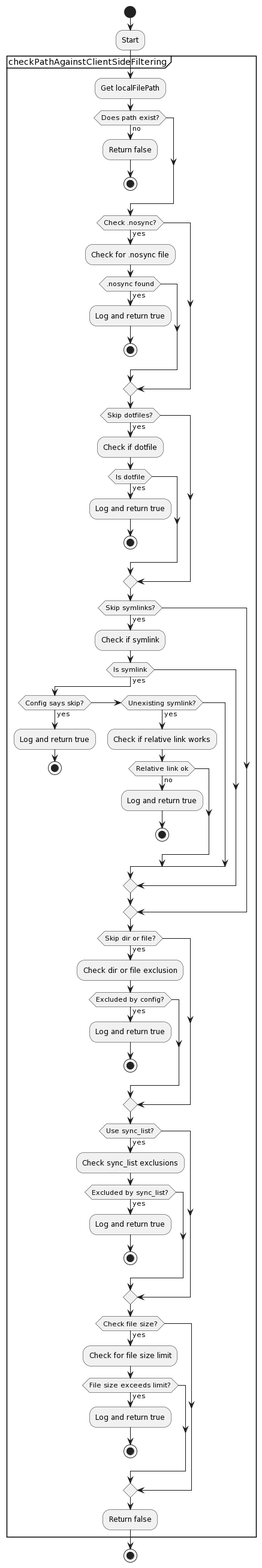
Earlier version of the PlantUML export docs/puml/client_side_filtering_rules.png (abraunegg/onedrive).
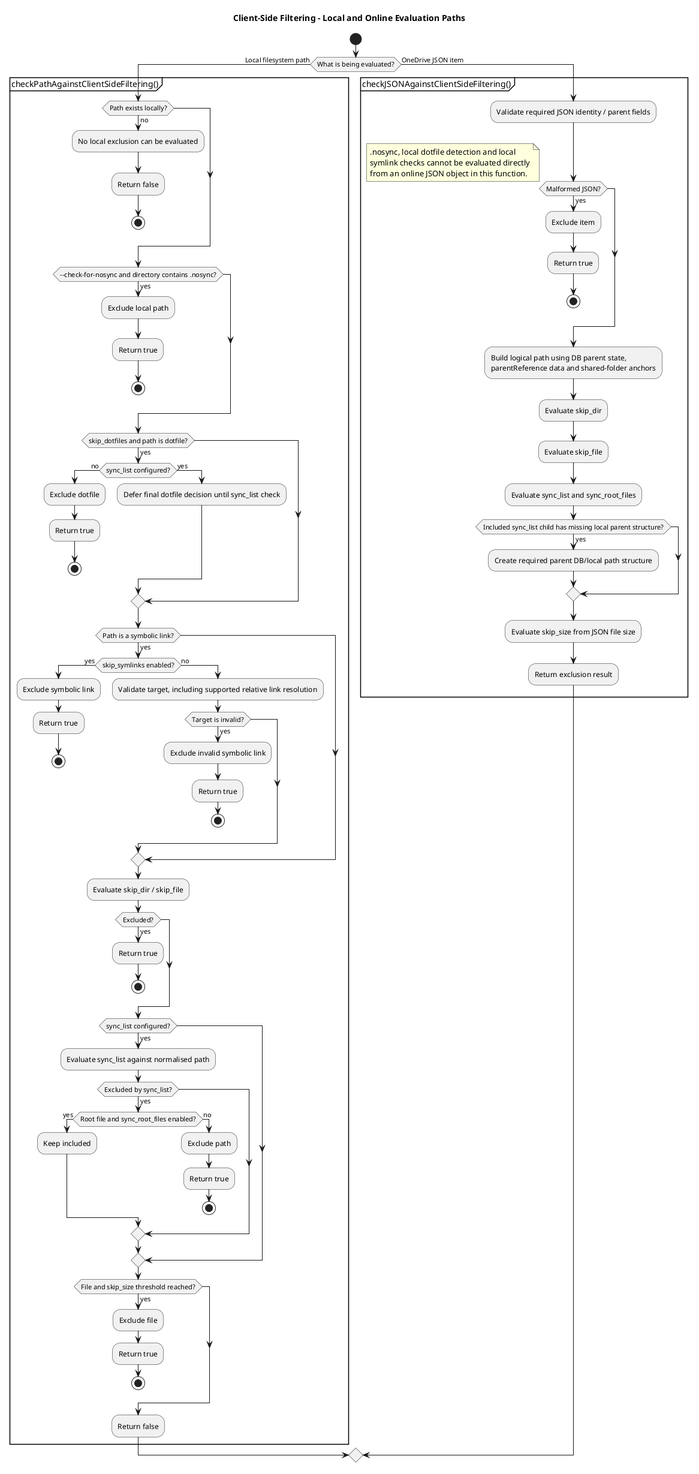
The same diagram one commit later.

Change to the diagram source:
```diff
@@ -1,71 +1,97 @@
 @startuml
+title Client-Side Filtering - Local and Online Evaluation Paths
+
 start
-:Start;
-partition "checkPathAgainstClientSideFiltering" {
-  :Get localFilePath;
-
-  if (Does path exist?) then (no)
-    :Return false;
-    stop
-  endif
-
-  if (Check .nosync?) then (yes)
-    :Check for .nosync file;
-    if (.nosync found) then (yes)
-      :Log and return true;
+if (What is being evaluated?) then (Local filesystem path)
+  partition "checkPathAgainstClientSideFiltering()" {
+    if (Path exists locally?) then (no)
+      :No local exclusion can be evaluated;
+      :Return false;
       stop
     endif
-  endif
 
-  if (Skip dotfiles?) then (yes)
-    :Check if dotfile;
-    if (Is dotfile) then (yes)
-      :Log and return true;
+    if (~--check-for-nosync and directory contains .nosync?) then (yes)
+      :Exclude local path;
+      :Return true;
       stop
     endif
-  endif
 
-  if (Skip symlinks?) then (yes)
-    :Check if symlink;
-    if (Is symlink) then (yes)
-      if (Config says skip?) then (yes)
-        :Log and return true;
+    if (skip_dotfiles and path is dotfile?) then (yes)
+      if (sync_list configured?) then (no)
+        :Exclude dotfile;
+        :Return true;
         stop
-      elseif (Unexisting symlink?) then (yes)
-        :Check if relative link works;
-        if (Relative link ok) then (no)
-          :Log and return true;
+      else (yes)
+        :Defer final dotfile decision until sync_list check;
+      endif
+    endif
+
+    if (Path is a symbolic link?) then (yes)
+      if (skip_symlinks enabled?) then (yes)
+        :Exclude symbolic link;
+        :Return true;
+        stop
+      else (no)
+        :Validate target, including supported relative link resolution;
+        if (Target is invalid?) then (yes)
+          :Exclude invalid symbolic link;
+          :Return true;
           stop
         endif
       endif
     endif
-  endif
 
-  if (Skip dir or file?) then (yes)
-    :Check dir or file exclusion;
-    if (Excluded by config?) then (yes)
-      :Log and return true;
+    :Evaluate skip_dir / skip_file;
+    if (Excluded?) then (yes)
+      :Return true;
       stop
     endif
-  endif
 
-  if (Use sync_list?) then (yes)
-    :Check sync_list exclusions;
-    if (Excluded by sync_list?) then (yes)
-      :Log and return true;
+    if (sync_list configured?) then (yes)
+      :Evaluate sync_list against normalised path;
+      if (Excluded by sync_list?) then (yes)
+        if (Root file and sync_root_files enabled?) then (yes)
+          :Keep included;
+        else (no)
+          :Exclude path;
+          :Return true;
+          stop
+        endif
+      endif
+    endif
+
+    if (File and skip_size threshold reached?) then (yes)
+      :Exclude file;
+      :Return true;
       stop
     endif
-  endif
 
-  if (Check file size?) then (yes)
-    :Check for file size limit;
-    if (File size exceeds limit?) then (yes)
-      :Log and return true;
+    :Return false;
+  }
+else (OneDrive JSON item)
+  partition "checkJSONAgainstClientSideFiltering()" {
+    :Validate required JSON identity / parent fields;
+    if (Malformed JSON?) then (yes)
+      :Exclude item;
+      :Return true;
       stop
     endif
-  endif
 
-  :Return false;
-}
-stop
+    note right
+      .nosync, local dotfile detection and local
+      symlink checks cannot be evaluated directly
+      from an online JSON object in this function.
+    end note
+
+    :Build logical path using DB parent state,\nparentReference data and shared-folder anchors;
+    :Evaluate skip_dir;
+    :Evaluate skip_file;
+    :Evaluate sync_list and sync_root_files;
+    if (Included sync_list child has missing local parent structure?) then (yes)
+      :Create required parent DB/local path structure;
+    endif
+    :Evaluate skip_size from JSON file size;
+    :Return exclusion result;
+  }
+endif
 @enduml
```
